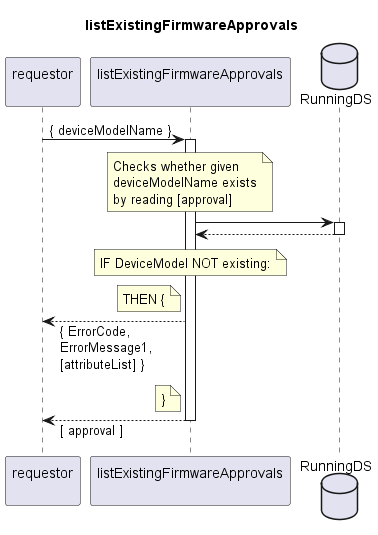
This is spec/Services/listExistingFirmwareApprovals/1.0.0/listExistingFirmwareApprovals.png from openBackhaul/FirmWareManager, a PlantUML export, as it was before one commit.
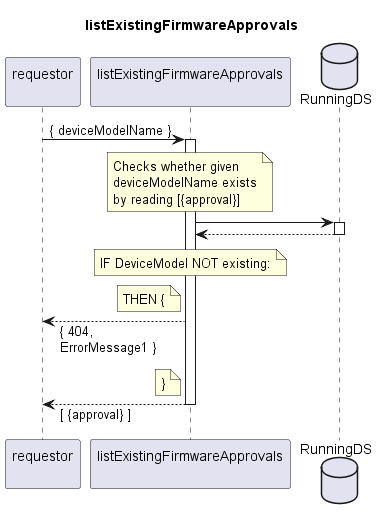
The same diagram one commit later.

Change to the diagram source:
```diff
@@ -15,7 +15,7 @@
   note over indServ
     Checks whether given
     deviceModelName exists
-    by reading [approval]
+    by reading [{approval}]
   end note
   indServ -> RunDS
   activate RunDS
@@ -27,12 +27,12 @@
   note left indServ
     THEN {
   end note
-  requestor <-- indServ: { ErrorCode,\nErrorMessage1,\n[attributeList] }
+  requestor <-- indServ: { 404,\nErrorMessage1 }
   note left indServ
     }
   end note
 
-requestor <-- indServ: [ approval ]
+requestor <-- indServ: [ {approval} ]
 deactivate indServ
 
 @enduml
```
